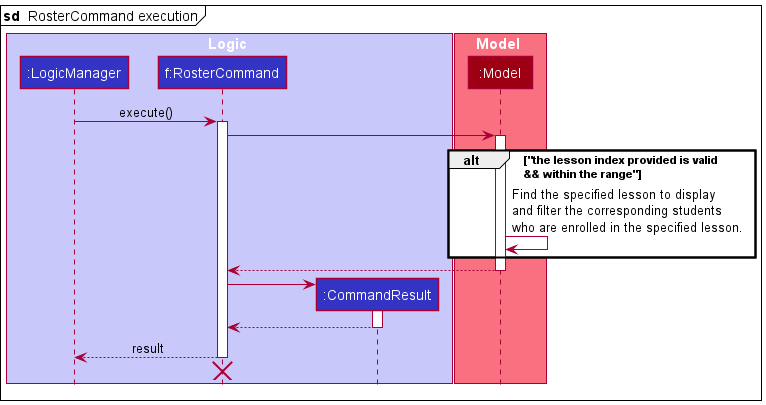
The PlantUML diagram docs/images/DeveloperGuideImage/RosterSequenceDiagram1.png in nus-cs2103-AY2122S1/tp, before a commit.
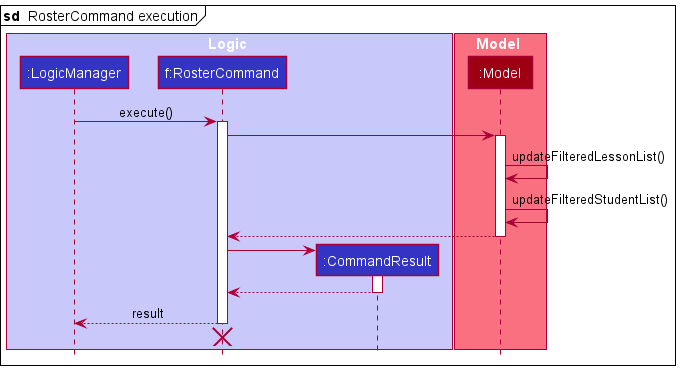
Above is the later version.

Commit message:
Update RosterCommand Seq Diagram 1

Diff of the diagram source:
```diff
@@ -19,9 +19,10 @@
 RosterCommand -> Model
 activate Model
 
-alt "the lesson index provided is valid \n&& within the range"
-    Model -> Model : Find the specified lesson to display \nand filter the corresponding students \nwho are enrolled in the specified lesson.
-end
+
+Model -> Model : updateFilteredLessonList()
+Model -> Model : updateFilteredStudentList()
+
 
 Model --> RosterCommand
 deactivate Model
```
